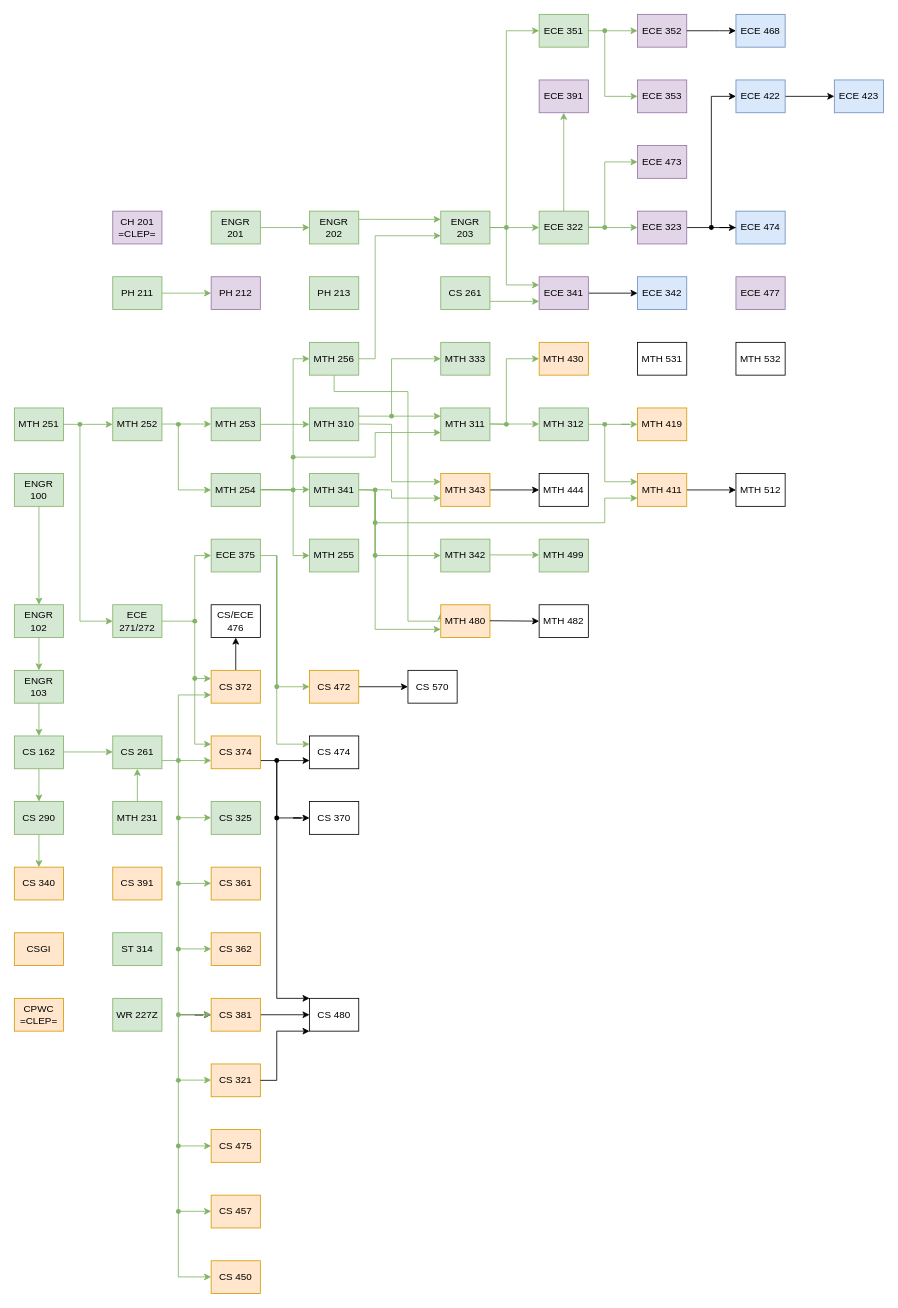
Before: Classes.drawio in Jonas-Carew/Class-Flowchart, a draw.io diagram. Source tidied: cells renumbered, new cells numbered last; positions are measured from the earlier drawing's top-left corner, leaving out a move shared by most shapes. Both pictures are drawn from the tidied source at 82%, with x=0, y=0 at pixel (14, 14).
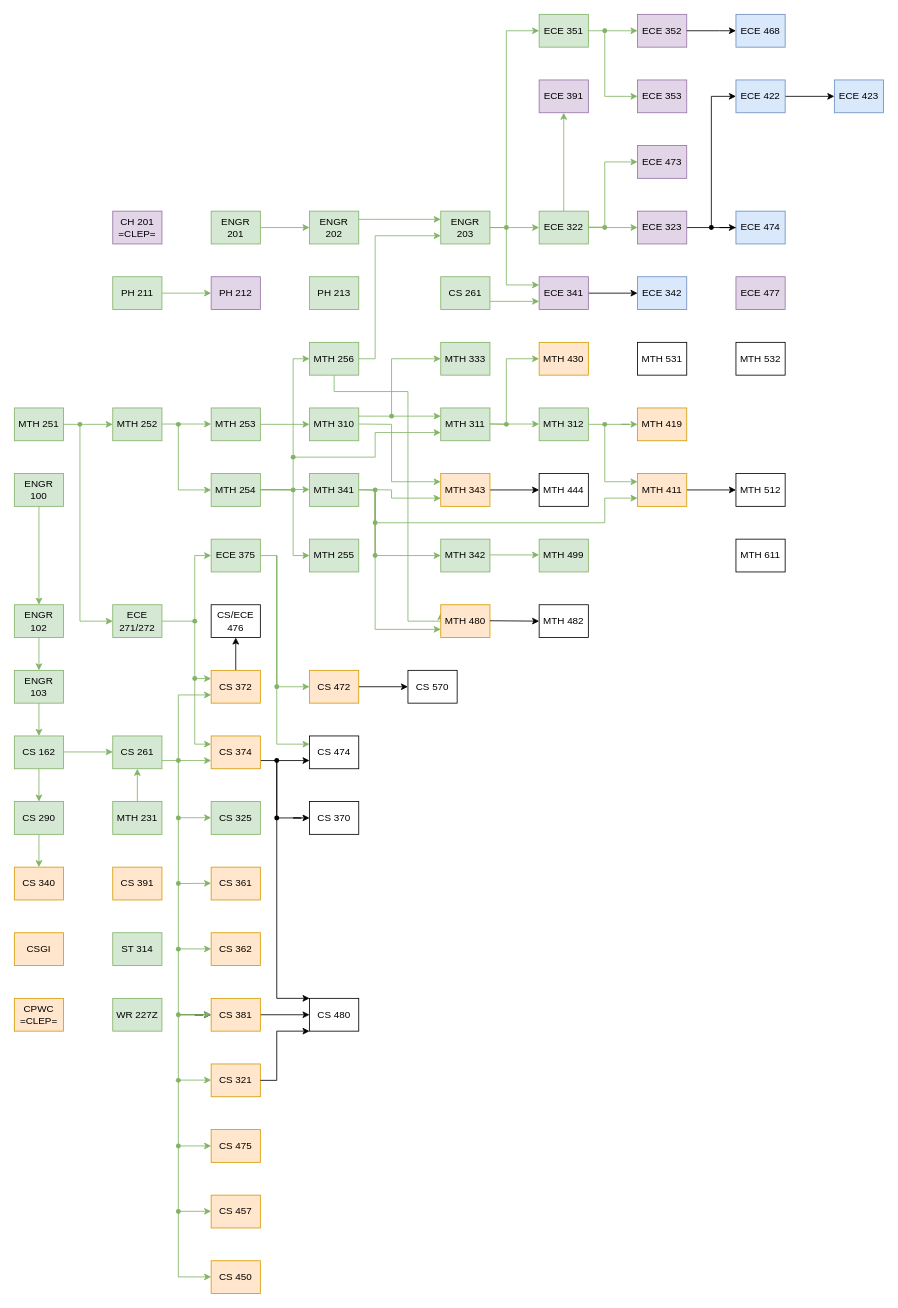
The same page after the edit.

What changed in the source:
```diff
@@
+    <mxCell id="180" value="&lt;div&gt;MTH 611&lt;br&gt;&lt;/div&gt;" style="rounded=0;whiteSpace=wrap;html=1;" parent="1" vertex="1">
+      <mxGeometry x="880" y="640" width="60" height="40" as="geometry" />
+    </mxCell>
```
